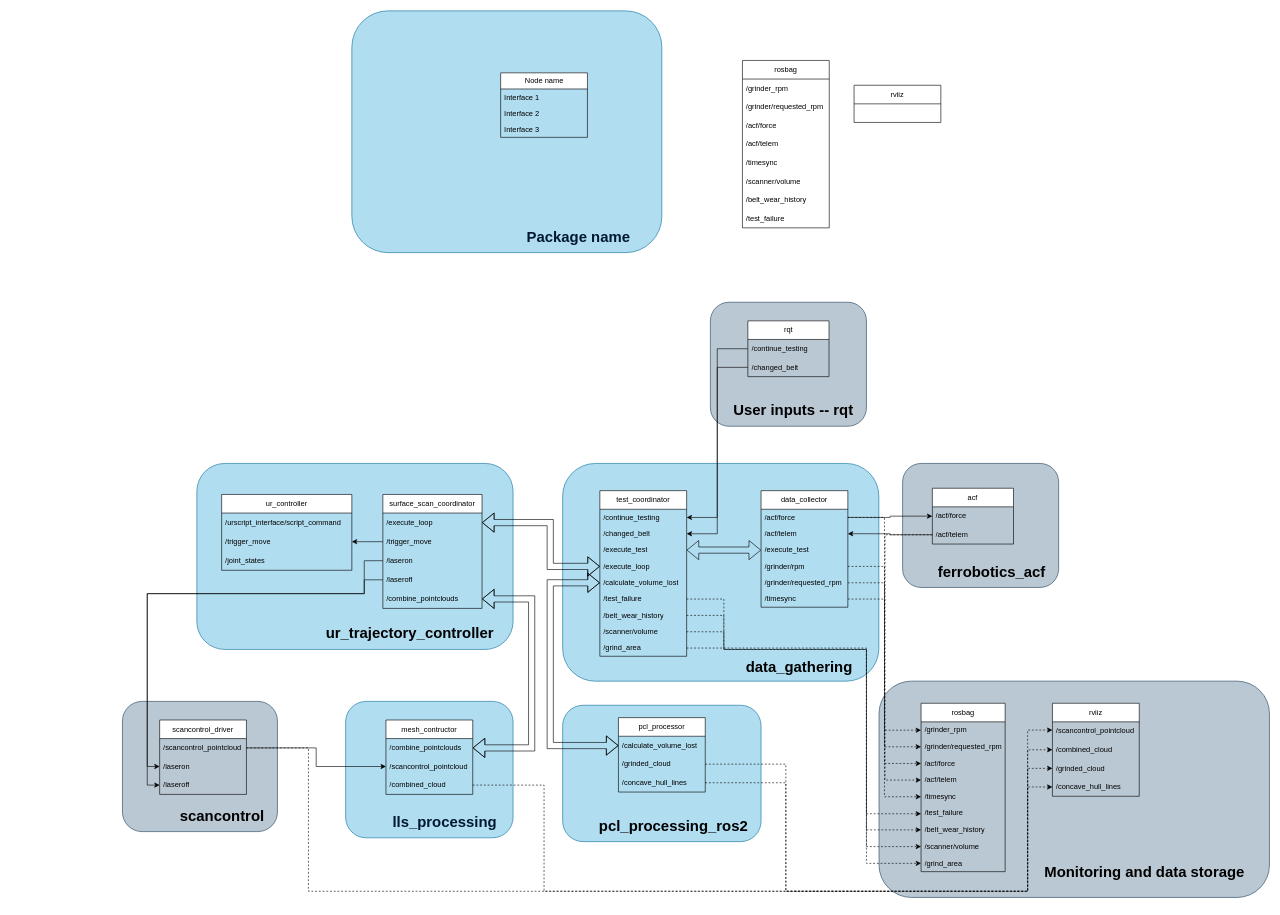
The draw.io diagram Untitled Diagram.drawio in Luka140/drawio_graphs, before the edit. Source tidied: cells renumbered, new cells numbered last; positions are measured from the earlier drawing's top-left corner, leaving out a move shared by most shapes. Both pictures are drawn from the tidied source at 62%, with x=0, y=0 at pixel (11, 11).
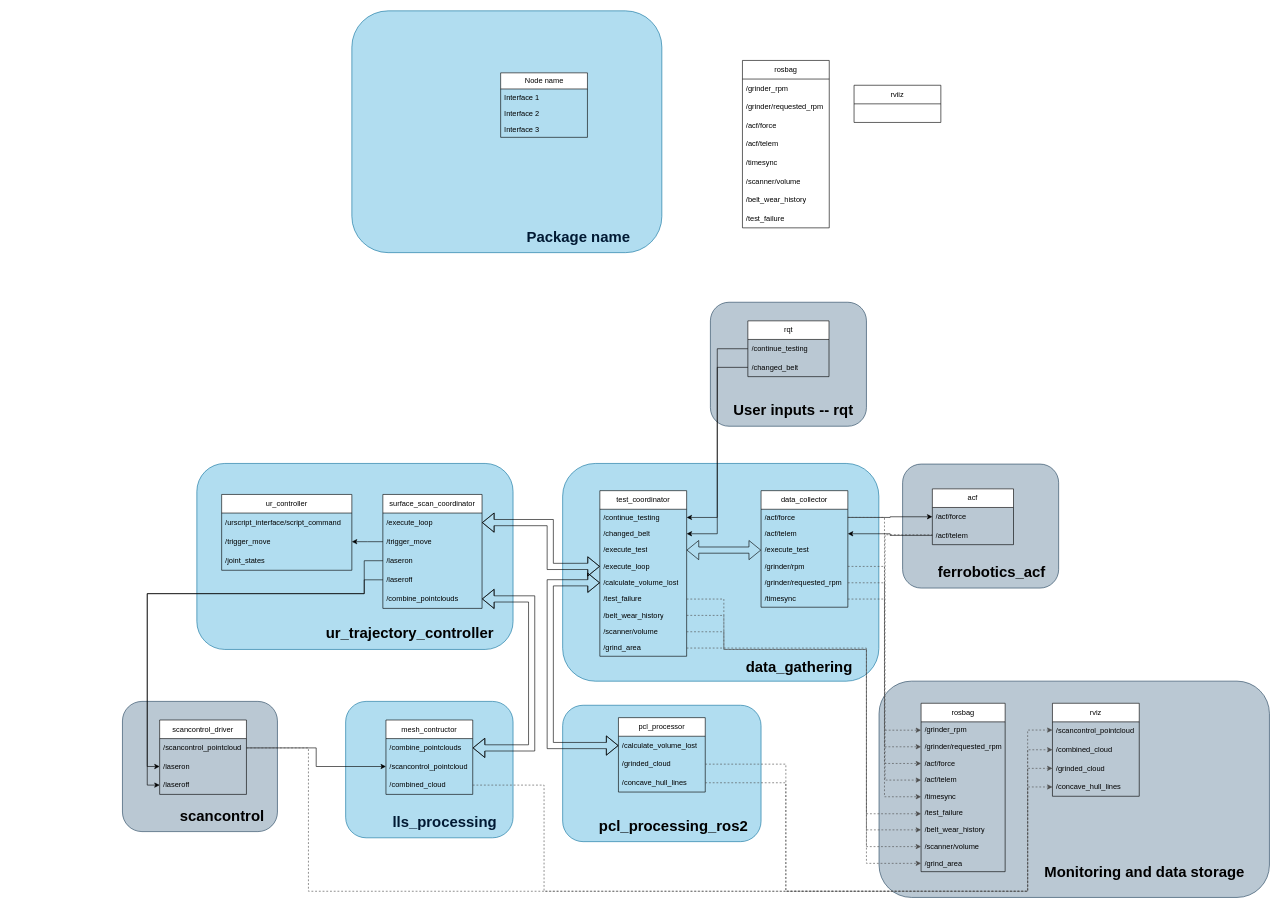
After the change.

Unchanged cells that the change refers to:
```xml
<mxCell id="13" value="/acf/force" style="text;strokeColor=none;fillColor=none;align=left;verticalAlign=middle;spacingLeft=4;spacingRight=4;overflow=hidden;points=[[0,0.5],[1,0.5]];portConstraint=eastwest;whiteSpace=wrap;html=1;" parent="12" vertex="1">
<mxCell id="14" value="/acf/telem" style="text;strokeColor=none;fillColor=none;align=left;verticalAlign=middle;spacingLeft=4;spacingRight=4;overflow=hidden;points=[[0,0.5],[1,0.5]];portConstraint=eastwest;whiteSpace=wrap;html=1;" parent="12" vertex="1">
<mxCell id="16" value="/grinder/rpm" style="text;strokeColor=none;fillColor=none;align=left;verticalAlign=middle;spacingLeft=4;spacingRight=4;overflow=hidden;points=[[0,0.5],[1,0.5]];portConstraint=eastwest;whiteSpace=wrap;html=1;" parent="12" vertex="1">
<mxCell id="17" value="/grinder/requested_rpm" style="text;strokeColor=none;fillColor=none;align=left;verticalAlign=middle;spacingLeft=4;spacingRight=4;overflow=hidden;points=[[0,0.5],[1,0.5]];portConstraint=eastwest;whiteSpace=wrap;html=1;" parent="12" vertex="1">
<mxCell id="18" value="/timesync" style="text;strokeColor=none;fillColor=none;align=left;verticalAlign=middle;spacingLeft=4;spacingRight=4;overflow=hidden;points=[[0,0.5],[1,0.5]];portConstraint=eastwest;whiteSpace=wrap;html=1;" parent="12" vertex="1">
<mxCell id="25" value="/test_failure" style="text;strokeColor=none;fillColor=none;align=left;verticalAlign=middle;spacingLeft=4;spacingRight=4;overflow=hidden;points=[[0,0.5],[1,0.5]];portConstraint=eastwest;whiteSpace=wrap;html=1;" parent="19" vertex="1">
<mxCell id="26" value="/belt_wear_history" style="text;strokeColor=none;fillColor=none;align=left;verticalAlign=middle;spacingLeft=4;spacingRight=4;overflow=hidden;points=[[0,0.5],[1,0.5]];portConstraint=eastwest;whiteSpace=wrap;html=1;" parent="19" vertex="1">
<mxCell id="27" value="/scanner/volume" style="text;strokeColor=none;fillColor=none;align=left;verticalAlign=middle;spacingLeft=4;spacingRight=4;overflow=hidden;points=[[0,0.5],[1,0.5]];portConstraint=eastwest;whiteSpace=wrap;html=1;" parent="19" vertex="1">
<mxCell id="28" value="/grind_area" style="text;strokeColor=none;fillColor=none;align=left;verticalAlign=middle;spacingLeft=4;spacingRight=4;overflow=hidden;points=[[0,0.5],[1,0.5]];portConstraint=eastwest;whiteSpace=wrap;html=1;" parent="19" vertex="1">
<mxCell id="45" value="/acf/telem" style="text;strokeColor=none;fillColor=none;align=left;verticalAlign=middle;spacingLeft=4;spacingRight=4;overflow=hidden;points=[[0,0.5],[1,0.5]];portConstraint=eastwest;whiteSpace=wrap;html=1;" parent="43" vertex="1">
<mxCell id="67" value="/combined_cloud" style="text;strokeColor=none;fillColor=none;align=left;verticalAlign=middle;spacingLeft=4;spacingRight=4;overflow=hidden;points=[[0,0.5],[1,0.5]];portConstraint=eastwest;whiteSpace=wrap;html=1;" parent="64" vertex="1">
<mxCell id="71" value="/scancontrol_pointcloud" style="text;strokeColor=none;fillColor=none;align=left;verticalAlign=middle;spacingLeft=4;spacingRight=4;overflow=hidden;points=[[0,0.5],[1,0.5]];portConstraint=eastwest;whiteSpace=wrap;html=1;" parent="70" vertex="1">
<mxCell id="85" value="/grinded_cloud" style="text;strokeColor=none;fillColor=none;align=left;verticalAlign=middle;spacingLeft=4;spacingRight=4;overflow=hidden;points=[[0,0.5],[1,0.5]];portConstraint=eastwest;whiteSpace=wrap;html=1;" parent="83" vertex="1">
<mxCell id="86" value="/concave_hull_lines" style="text;strokeColor=none;fillColor=none;align=left;verticalAlign=middle;spacingLeft=4;spacingRight=4;overflow=hidden;points=[[0,0.5],[1,0.5]];portConstraint=eastwest;whiteSpace=wrap;html=1;" parent="83" vertex="1">
<mxCell id="100" style="group;" parent="1" vertex="1">
<mxCell id="104" value="/grinder_rpm&lt;span style=&quot;white-space: pre;&quot;&gt;&#9;&lt;/span&gt;" style="text;strokeColor=none;fillColor=none;align=left;verticalAlign=middle;spacingLeft=4;spacingRight=4;overflow=hidden;points=[[0,0.5],[1,0.5]];portConstraint=eastwest;whiteSpace=wrap;html=1;" parent="103" vertex="1">
<mxCell id="105" value="/grinder/requested_rpm" style="text;strokeColor=none;fillColor=none;align=left;verticalAlign=middle;spacingLeft=4;spacingRight=4;overflow=hidden;points=[[0,0.5],[1,0.5]];portConstraint=eastwest;whiteSpace=wrap;html=1;" parent="103" vertex="1">
<mxCell id="106" value="/acf/force" style="text;strokeColor=none;fillColor=none;align=left;verticalAlign=middle;spacingLeft=4;spacingRight=4;overflow=hidden;points=[[0,0.5],[1,0.5]];portConstraint=eastwest;whiteSpace=wrap;html=1;" parent="103" vertex="1">
<mxCell id="107" value="/acf/telem" style="text;strokeColor=none;fillColor=none;align=left;verticalAlign=middle;spacingLeft=4;spacingRight=4;overflow=hidden;points=[[0,0.5],[1,0.5]];portConstraint=eastwest;whiteSpace=wrap;html=1;" parent="103" vertex="1">
<mxCell id="108" value="/timesync" style="text;strokeColor=none;fillColor=none;align=left;verticalAlign=middle;spacingLeft=4;spacingRight=4;overflow=hidden;points=[[0,0.5],[1,0.5]];portConstraint=eastwest;whiteSpace=wrap;html=1;" parent="103" vertex="1">
<mxCell id="109" value="/test_failure" style="text;strokeColor=none;fillColor=none;align=left;verticalAlign=middle;spacingLeft=4;spacingRight=4;overflow=hidden;points=[[0,0.5],[1,0.5]];portConstraint=eastwest;whiteSpace=wrap;html=1;" parent="103" vertex="1">
<mxCell id="110" value="/belt_wear_history" style="text;strokeColor=none;fillColor=none;align=left;verticalAlign=middle;spacingLeft=4;spacingRight=4;overflow=hidden;points=[[0,0.5],[1,0.5]];portConstraint=eastwest;whiteSpace=wrap;html=1;" parent="103" vertex="1">
<mxCell id="111" value="/scanner/volume" style="text;strokeColor=none;fillColor=none;align=left;verticalAlign=middle;spacingLeft=4;spacingRight=4;overflow=hidden;points=[[0,0.5],[1,0.5]];portConstraint=eastwest;whiteSpace=wrap;html=1;" parent="103" vertex="1">
<mxCell id="112" value="/grind_area" style="text;strokeColor=none;fillColor=none;align=left;verticalAlign=middle;spacingLeft=4;spacingRight=4;overflow=hidden;points=[[0,0.5],[1,0.5]];portConstraint=eastwest;whiteSpace=wrap;html=1;" parent="103" vertex="1">
<mxCell id="114" value="/scancontrol_pointcloud" style="text;strokeColor=none;fillColor=none;align=left;verticalAlign=middle;spacingLeft=4;spacingRight=4;overflow=hidden;points=[[0,0.5],[1,0.5]];portConstraint=eastwest;whiteSpace=wrap;html=1;" parent="113" vertex="1">
<mxCell id="115" value="/combined_cloud" style="text;strokeColor=none;fillColor=none;align=left;verticalAlign=middle;spacingLeft=4;spacingRight=4;overflow=hidden;points=[[0,0.5],[1,0.5]];portConstraint=eastwest;whiteSpace=wrap;html=1;" parent="113" vertex="1">
<mxCell id="116" value="/grinded_cloud" style="text;strokeColor=none;fillColor=none;align=left;verticalAlign=middle;spacingLeft=4;spacingRight=4;overflow=hidden;points=[[0,0.5],[1,0.5]];portConstraint=eastwest;whiteSpace=wrap;html=1;" parent="113" vertex="1">
<mxCell id="117" value="/concave_hull_lines" style="text;strokeColor=none;fillColor=none;align=left;verticalAlign=middle;spacingLeft=4;spacingRight=4;overflow=hidden;points=[[0,0.5],[1,0.5]];portConstraint=eastwest;whiteSpace=wrap;html=1;" parent="113" vertex="1">
```

Diff of the diagram source:
```diff
@@
     <mxCell id="39" style="group;" parent="1" vertex="1">
-      <mxGeometry x="1470" y="650" width="500" height="390" as="geometry" />
+      <mxGeometry x="1470" y="651" width="500" height="390" as="geometry" />
     </mxCell>
@@
-    <mxCell id="89" style="edgeStyle=orthogonalEdgeStyle;rounded=0;jettySize=auto;html=1;exitX=0;exitY=0.5;exitDx=0;exitDy=0;entryX=1;entryY=0.5;entryDx=0;entryDy=0;" parent="1" edge="1" source="45" target="14">
-      <mxGeometry relative="1" as="geometry" />
-    </mxCell>
@@
-    <mxCell id="113" value="rviiz" style="swimlane;fontStyle=0;horizontal=1;startSize=30;whiteSpace=wrap;html=1;" parent="100" vertex="1">
+    <mxCell id="113" value="rviz" style="swimlane;fontStyle=0;horizontal=1;startSize=30;whiteSpace=wrap;html=1;" parent="100" vertex="1">
       <mxGeometry x="270" y="26.8" width="140" height="150" as="geometry" />
     </mxCell>
@@
-    <mxCell id="118" style="edgeStyle=orthogonalEdgeStyle;rounded=0;jettySize=auto;html=1;exitX=1;exitY=0.5;exitDx=0;exitDy=0;entryX=0;entryY=0.5;entryDx=0;entryDy=0;dashed=1;" parent="1" edge="1" source="16" target="104">
+    <mxCell id="118" style="edgeStyle=orthogonalEdgeStyle;rounded=0;jettySize=auto;html=1;exitX=1;exitY=0.5;exitDx=0;exitDy=0;entryX=0;entryY=0.5;entryDx=0;entryDy=0;dashed=1;strokeColor=#4D4D4D;" parent="1" edge="1" source="16" target="104">
       <mxGeometry relative="1" as="geometry" />
     </mxCell>
-    <mxCell id="119" style="edgeStyle=orthogonalEdgeStyle;rounded=0;jettySize=auto;html=1;exitX=1;exitY=0.5;exitDx=0;exitDy=0;entryX=0;entryY=0.5;entryDx=0;entryDy=0;dashed=1;" parent="1" edge="1" source="17" target="105">
+    <mxCell id="119" style="edgeStyle=orthogonalEdgeStyle;rounded=0;jettySize=auto;html=1;exitX=1;exitY=0.5;exitDx=0;exitDy=0;entryX=0;entryY=0.5;entryDx=0;entryDy=0;dashed=1;strokeColor=#4D4D4D;" parent="1" edge="1" source="17" target="105">
       <mxGeometry relative="1" as="geometry" />
     </mxCell>
-    <mxCell id="120" style="edgeStyle=orthogonalEdgeStyle;rounded=0;jettySize=auto;html=1;exitX=1;exitY=0.5;exitDx=0;exitDy=0;entryX=0;entryY=0.5;entryDx=0;entryDy=0;dashed=1;" parent="1" edge="1" source="18" target="108">
+    <mxCell id="120" style="edgeStyle=orthogonalEdgeStyle;rounded=0;jettySize=auto;html=1;exitX=1;exitY=0.5;exitDx=0;exitDy=0;entryX=0;entryY=0.5;entryDx=0;entryDy=0;dashed=1;strokeColor=#4D4D4D;" parent="1" edge="1" source="18" target="108">
       <mxGeometry relative="1" as="geometry" />
     </mxCell>
-    <mxCell id="121" style="edgeStyle=orthogonalEdgeStyle;rounded=0;jettySize=auto;html=1;exitX=1;exitY=0.5;exitDx=0;exitDy=0;entryX=0;entryY=0.5;entryDx=0;entryDy=0;dashed=1;" parent="1" edge="1" source="13" target="106">
+    <mxCell id="121" style="edgeStyle=orthogonalEdgeStyle;rounded=0;jettySize=auto;html=1;exitX=1;exitY=0.5;exitDx=0;exitDy=0;entryX=0;entryY=0.5;entryDx=0;entryDy=0;dashed=1;strokeColor=#4D4D4D;" parent="1" edge="1" source="13" target="106">
       <mxGeometry relative="1" as="geometry" />
     </mxCell>
-    <mxCell id="122" style="edgeStyle=orthogonalEdgeStyle;rounded=0;jettySize=auto;html=1;exitX=0;exitY=0.5;exitDx=0;exitDy=0;entryX=0;entryY=0.5;entryDx=0;entryDy=0;dashed=1;" parent="1" edge="1" source="45" target="107">
+    <mxCell id="122" style="edgeStyle=orthogonalEdgeStyle;rounded=0;jettySize=auto;html=1;exitX=0;exitY=0.5;exitDx=0;exitDy=0;entryX=0;entryY=0.5;entryDx=0;entryDy=0;dashed=1;strokeColor=#4D4D4D;" parent="1" edge="1" source="45" target="107">
       <mxGeometry relative="1" as="geometry">
         <Array as="points">
           <mxPoint x="1410" y="845" />
           <mxPoint x="1410" y="1241" />
         </Array>
       </mxGeometry>
     </mxCell>
-    <mxCell id="123" style="edgeStyle=orthogonalEdgeStyle;rounded=0;jettySize=auto;html=1;exitX=1;exitY=0.5;exitDx=0;exitDy=0;dashed=1;" parent="1" edge="1" source="25" target="109">
+    <mxCell id="123" style="edgeStyle=orthogonalEdgeStyle;rounded=0;jettySize=auto;html=1;exitX=1;exitY=0.5;exitDx=0;exitDy=0;dashed=1;strokeColor=#4D4D4D;" parent="1" edge="1" source="25" target="109">
       <mxGeometry relative="1" as="geometry">
         <Array as="points">
           <mxPoint x="1150" y="949" />
           <mxPoint x="1150" y="1030" />
           <mxPoint x="1380" y="1030" />
           <mxPoint x="1380" y="1295" />
         </Array>
       </mxGeometry>
     </mxCell>
-    <mxCell id="124" style="edgeStyle=orthogonalEdgeStyle;rounded=0;jettySize=auto;html=1;exitX=1;exitY=0.5;exitDx=0;exitDy=0;dashed=1;" parent="1" edge="1" source="26" target="110">
+    <mxCell id="124" style="edgeStyle=orthogonalEdgeStyle;rounded=0;jettySize=auto;html=1;exitX=1;exitY=0.5;exitDx=0;exitDy=0;dashed=1;strokeColor=#4D4D4D;" parent="1" edge="1" source="26" target="110">
       <mxGeometry relative="1" as="geometry">
         <Array as="points">
           <mxPoint x="1150" y="975" />
           <mxPoint x="1150" y="1030" />
           <mxPoint x="1380" y="1030" />
           <mxPoint x="1380" y="1321" />
         </Array>
       </mxGeometry>
     </mxCell>
-    <mxCell id="125" style="edgeStyle=orthogonalEdgeStyle;rounded=0;jettySize=auto;html=1;exitX=1;exitY=0.5;exitDx=0;exitDy=0;dashed=1;" parent="1" edge="1" source="27" target="111">
+    <mxCell id="125" style="edgeStyle=orthogonalEdgeStyle;rounded=0;jettySize=auto;html=1;exitX=1;exitY=0.5;exitDx=0;exitDy=0;dashed=1;strokeColor=#4D4D4D;" parent="1" edge="1" source="27" target="111">
       <mxGeometry relative="1" as="geometry">
         <Array as="points">
           <mxPoint x="1150" y="1001" />
           <mxPoint x="1150" y="1030" />
           <mxPoint x="1380" y="1030" />
           <mxPoint x="1380" y="1348" />
         </Array>
       </mxGeometry>
     </mxCell>
-    <mxCell id="126" style="edgeStyle=orthogonalEdgeStyle;rounded=0;jettySize=auto;html=1;exitX=1;exitY=0.5;exitDx=0;exitDy=0;dashed=1;" parent="1" edge="1" source="28" target="112">
+    <mxCell id="126" style="edgeStyle=orthogonalEdgeStyle;rounded=0;jettySize=auto;html=1;exitX=1;exitY=0.5;exitDx=0;exitDy=0;dashed=1;strokeColor=#4D4D4D;" parent="1" edge="1" source="28" target="112">
       <mxGeometry relative="1" as="geometry">
         <Array as="points">
           <mxPoint x="1380" y="1028" />
           <mxPoint x="1380" y="1375" />
         </Array>
       </mxGeometry>
     </mxCell>
-    <mxCell id="127" style="edgeStyle=orthogonalEdgeStyle;rounded=0;jettySize=auto;html=1;exitX=1;exitY=0.5;exitDx=0;exitDy=0;dashed=1;" parent="1" edge="1" source="71" target="114">
+    <mxCell id="127" style="edgeStyle=orthogonalEdgeStyle;rounded=0;jettySize=auto;html=1;exitX=1;exitY=0.5;exitDx=0;exitDy=0;dashed=1;strokeColor=#4D4D4D;" parent="1" edge="1" source="71" target="114">
       <mxGeometry relative="1" as="geometry">
         <Array as="points">
           <mxPoint x="480" y="1189" />
           <mxPoint x="480" y="1420" />
           <mxPoint x="1640" y="1420" />
           <mxPoint x="1640" y="1160" />
         </Array>
       </mxGeometry>
     </mxCell>
-    <mxCell id="128" style="edgeStyle=orthogonalEdgeStyle;rounded=0;jettySize=auto;html=1;exitX=1;exitY=0.5;exitDx=0;exitDy=0;entryX=0;entryY=0.5;entryDx=0;entryDy=0;dashed=1;" parent="1" edge="1" source="67" target="115">
+    <mxCell id="128" style="edgeStyle=orthogonalEdgeStyle;rounded=0;jettySize=auto;html=1;exitX=1;exitY=0.5;exitDx=0;exitDy=0;entryX=0;entryY=0.5;entryDx=0;entryDy=0;dashed=1;strokeColor=#4D4D4D;" parent="1" edge="1" source="67" target="115">
       <mxGeometry relative="1" as="geometry">
         <Array as="points">
           <mxPoint x="860" y="1249" />
           <mxPoint x="860" y="1420" />
           <mxPoint x="1640" y="1420" />
           <mxPoint x="1640" y="1192" />
         </Array>
       </mxGeometry>
     </mxCell>
-    <mxCell id="129" style="edgeStyle=orthogonalEdgeStyle;rounded=0;jettySize=auto;html=1;exitX=1;exitY=0.5;exitDx=0;exitDy=0;entryX=0;entryY=0.5;entryDx=0;entryDy=0;dashed=1;" parent="1" edge="1" source="85" target="116">
+    <mxCell id="129" style="edgeStyle=orthogonalEdgeStyle;rounded=0;jettySize=auto;html=1;exitX=1;exitY=0.5;exitDx=0;exitDy=0;entryX=0;entryY=0.5;entryDx=0;entryDy=0;dashed=1;strokeColor=#4D4D4D;" parent="1" edge="1" source="85" target="116">
       <mxGeometry relative="1" as="geometry">
         <Array as="points">
           <mxPoint x="1250" y="1215" />
           <mxPoint x="1250" y="1420" />
           <mxPoint x="1640" y="1420" />
           <mxPoint x="1640" y="1222" />
         </Array>
       </mxGeometry>
     </mxCell>
-    <mxCell id="130" style="edgeStyle=orthogonalEdgeStyle;rounded=0;jettySize=auto;html=1;exitX=1;exitY=0.5;exitDx=0;exitDy=0;entryX=0;entryY=0.5;entryDx=0;entryDy=0;dashed=1;" parent="1" edge="1" source="86" target="117">
+    <mxCell id="130" style="edgeStyle=orthogonalEdgeStyle;rounded=0;jettySize=auto;html=1;exitX=1;exitY=0.5;exitDx=0;exitDy=0;entryX=0;entryY=0.5;entryDx=0;entryDy=0;dashed=1;strokeColor=#4D4D4D;" parent="1" edge="1" source="86" target="117">
       <mxGeometry relative="1" as="geometry">
         <Array as="points">
           <mxPoint x="1250" y="1245" />
           <mxPoint x="1250" y="1420" />
           <mxPoint x="1640" y="1420" />
           <mxPoint x="1640" y="1252" />
         </Array>
       </mxGeometry>
     </mxCell>
+    <mxCell id="89" style="edgeStyle=orthogonalEdgeStyle;rounded=0;jettySize=auto;html=1;exitX=0;exitY=0.5;exitDx=0;exitDy=0;" parent="1" edge="1" source="45" target="14">
+      <mxGeometry relative="1" as="geometry" />
+    </mxCell>
```
